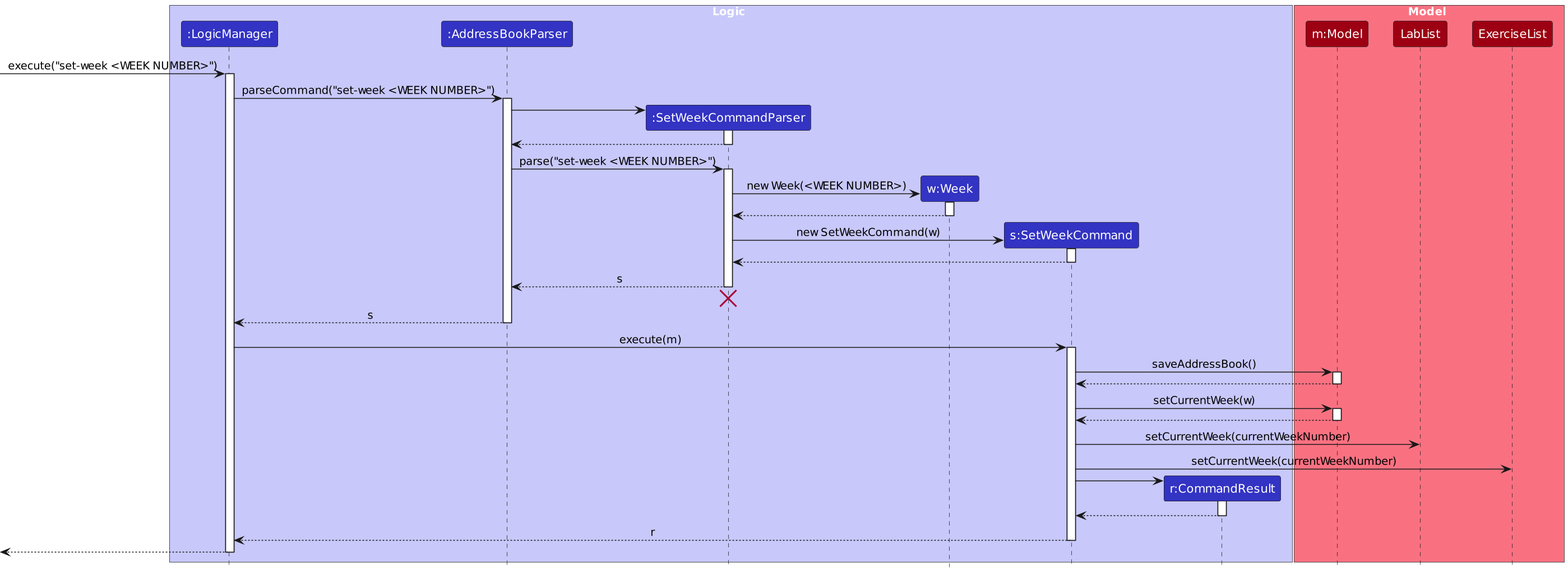
Above: diagrams/set-week/SetWeekSequenceDiagram.png in junhao4/tp (PlantUML), before the change. Its source is kept beside it as diagrams/set-week/SetWeekSequenceDiagram.puml.
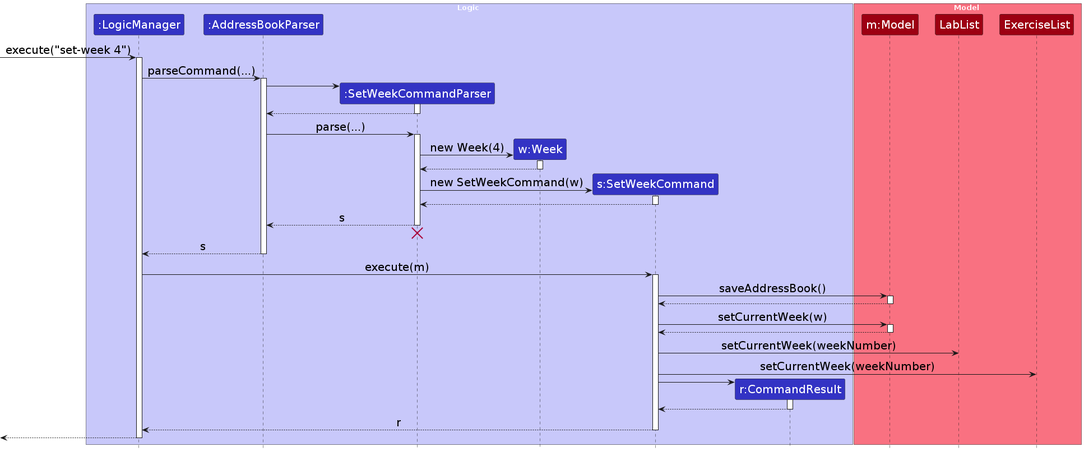
The same file after the commit.

What changed in the source:
```diff
@@ -1,6 +1,8 @@
 @startuml
 !include ../style.puml
 skinparam ArrowFontStyle plain
+skinparam sequenceArrowFontSize 20
+skinparam sequenceParticipantFontSize 20
 
 box Logic LOGIC_COLOR_T1
 participant ":LogicManager" as LogicManager LOGIC_COLOR
@@ -17,10 +19,10 @@
   participant "ExerciseList" as ExerciseList MODEL_COLOR
 end box
 
-[-> LogicManager : execute("set-week <WEEK NUMBER>")
+[-> LogicManager : execute("set-week 4")
 activate LogicManager
 
-LogicManager -> AddressBookParser : parseCommand("set-week <WEEK NUMBER>")
+LogicManager -> AddressBookParser : parseCommand(...)
 activate AddressBookParser
 
 create SetWeekCommandParser
@@ -30,11 +32,11 @@
 SetWeekCommandParser --> AddressBookParser
 deactivate SetWeekCommandParser
 
-AddressBookParser -> SetWeekCommandParser : parse("set-week <WEEK NUMBER>")
+AddressBookParser -> SetWeekCommandParser : parse(...)
 activate SetWeekCommandParser
 
 create Week
-SetWeekCommandParser -> Week : new Week(<WEEK NUMBER>)
+SetWeekCommandParser -> Week : new Week(4)
 activate Week
 
 Week --> SetWeekCommandParser
@@ -70,8 +72,8 @@
 Model --> SetWeekCommand
 deactivate Model
 
-SetWeekCommand -> LabList : setCurrentWeek(currentWeekNumber)
-SetWeekCommand -> ExerciseList : setCurrentWeek(currentWeekNumber)
+SetWeekCommand -> LabList : setCurrentWeek(weekNumber)
+SetWeekCommand -> ExerciseList : setCurrentWeek(weekNumber)
 
 create CommandResult
 SetWeekCommand -> CommandResult
@@ -86,5 +88,4 @@
 [<-- LogicManager
 deactivate LogicManager
 
-scale 1.5
 @enduml
```
